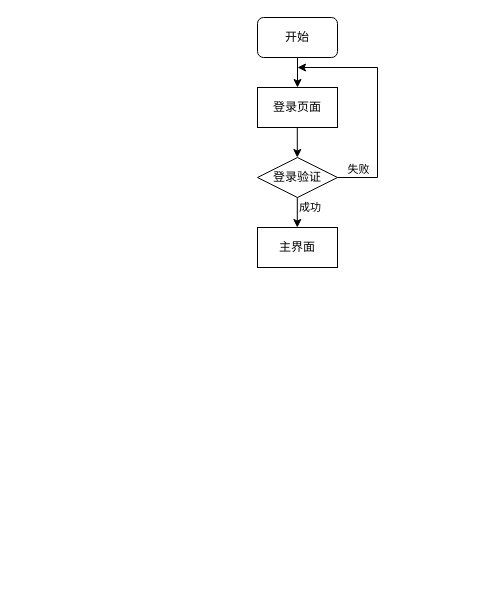
Earlier version of the draw.io diagram 流程图.drawio (84DuLu/drawio). Source tidied: cells renumbered, new cells numbered last; positions are measured from the earlier drawing's top-left corner, leaving out a move shared by most shapes. Both pictures are drawn from the tidied source at 100%, with x=0, y=0 at pixel (257, 17).
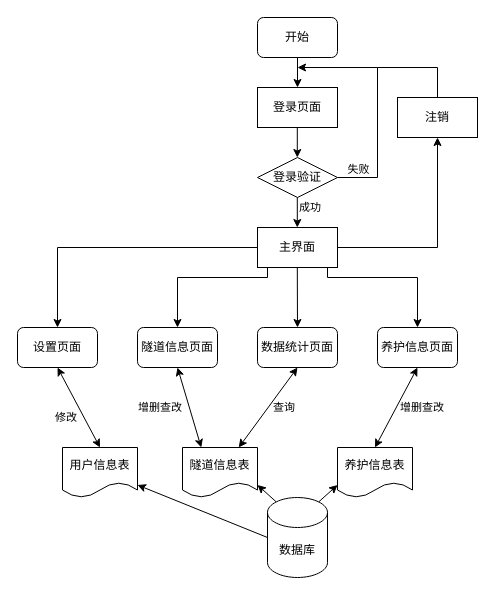
After the change.

The edit, as a diff of the source:
```diff
@@
+    <mxCell id="14" style="endArrow=none;html=1;rounded=0;" parent="1" edge="1">
+      <mxGeometry relative="1" as="geometry">
+        <mxPoint x="10" y="260" as="sourcePoint" />
+        <mxPoint x="10" y="250" as="targetPoint" />
+      </mxGeometry>
+    </mxCell>
+    <mxCell id="15" style="endArrow=none;html=1;rounded=0;" parent="1" edge="1">
+      <mxGeometry relative="1" as="geometry">
+        <mxPoint x="70" y="260" as="sourcePoint" />
+        <mxPoint x="70" y="250" as="targetPoint" />
+      </mxGeometry>
+    </mxCell>
+    <mxCell id="16" style="endArrow=none;html=1;rounded=0;" parent="1" edge="1">
+      <mxGeometry relative="1" as="geometry">
+        <mxPoint x="-80" y="260" as="sourcePoint" />
+        <mxPoint x="10" y="260" as="targetPoint" />
+      </mxGeometry>
+    </mxCell>
+    <mxCell id="17" style="endArrow=none;html=1;rounded=0;" parent="1" edge="1">
+      <mxGeometry relative="1" as="geometry">
+        <mxPoint x="70" y="260" as="sourcePoint" />
+        <mxPoint x="160" y="260" as="targetPoint" />
+      </mxGeometry>
+    </mxCell>
+    <mxCell id="18" style="endArrow=classic;html=1;rounded=0;exitX=0.5;exitY=1;exitDx=0;exitDy=0;" parent="1" edge="1">
+      <mxGeometry relative="1" as="geometry">
+        <mxPoint x="39.8" y="250" as="sourcePoint" />
+        <mxPoint x="40" y="310" as="targetPoint" />
+      </mxGeometry>
+    </mxCell>
+    <mxCell id="19" value="养护信息页面" style="rounded=1;whiteSpace=wrap;html=1;" parent="1" vertex="1">
+      <mxGeometry x="120" y="310" width="80" height="40" as="geometry" />
+    </mxCell>
+    <mxCell id="20" style="endArrow=classic;html=1;rounded=0;" parent="1" edge="1">
+      <mxGeometry relative="1" as="geometry">
+        <mxPoint x="-80" y="260" as="sourcePoint" />
+        <mxPoint x="-80" y="310" as="targetPoint" />
+      </mxGeometry>
+    </mxCell>
+    <mxCell id="21" value="隧道信息页面" style="rounded=1;whiteSpace=wrap;html=1;" parent="1" vertex="1">
+      <mxGeometry x="-120" y="310" width="80" height="40" as="geometry" />
+    </mxCell>
+    <mxCell id="22" style="endArrow=classic;html=1;rounded=0;" parent="1" edge="1">
+      <mxGeometry relative="1" as="geometry">
+        <mxPoint x="160" y="260" as="sourcePoint" />
+        <mxPoint x="160" y="310" as="targetPoint" />
+      </mxGeometry>
+    </mxCell>
+    <mxCell id="23" value="数据统计页面" style="rounded=1;whiteSpace=wrap;html=1;" parent="1" vertex="1">
+      <mxGeometry y="310" width="80" height="40" as="geometry" />
+    </mxCell>
+    <mxCell id="24" style="endArrow=none;html=1;rounded=0;" parent="1" edge="1">
+      <mxGeometry relative="1" as="geometry">
+        <mxPoint x="80" y="230" as="sourcePoint" />
+        <mxPoint x="180" y="230" as="targetPoint" />
+      </mxGeometry>
+    </mxCell>
+    <mxCell id="25" value="注销" style="rounded=0;whiteSpace=wrap;html=1;" parent="1" vertex="1">
+      <mxGeometry x="140" y="80" width="80" height="40" as="geometry" />
+    </mxCell>
+    <mxCell id="26" style="endArrow=classic;html=1;rounded=0;entryX=0.5;entryY=1;entryDx=0;entryDy=0;" parent="1" edge="1" target="25">
+      <mxGeometry relative="1" as="geometry">
+        <mxPoint x="180" y="230" as="sourcePoint" />
+      </mxGeometry>
+    </mxCell>
+    <mxCell id="27" style="endArrow=none;html=1;rounded=0;" parent="1" edge="1">
+      <mxGeometry relative="1" as="geometry">
+        <mxPoint x="180" y="80" as="sourcePoint" />
+        <mxPoint x="180" y="50" as="targetPoint" />
+      </mxGeometry>
+    </mxCell>
+    <mxCell id="28" style="endArrow=none;html=1;rounded=0;" parent="1" edge="1">
+      <mxGeometry relative="1" as="geometry">
+        <mxPoint x="120" y="50" as="sourcePoint" />
+        <mxPoint x="180" y="50" as="targetPoint" />
+      </mxGeometry>
+    </mxCell>
+    <mxCell id="29" value="数据库" style="shape=cylinder3;whiteSpace=wrap;html=1;boundedLbl=1;backgroundOutline=1;size=15;" parent="1" vertex="1">
+      <mxGeometry x="10" y="480" width="60" height="80" as="geometry" />
+    </mxCell>
+    <mxCell id="30" style="endArrow=classic;html=1;rounded=0;exitX=0.145;exitY=0;exitDx=0;exitDy=4.35;exitPerimeter=0;entryX=1;entryY=0.75;entryDx=0;entryDy=0;" parent="1" edge="1" source="29" target="31">
+      <mxGeometry relative="1" as="geometry" />
+    </mxCell>
+    <mxCell id="31" value="隧道信息表" style="shape=document;whiteSpace=wrap;html=1;boundedLbl=1;" parent="1" vertex="1">
+      <mxGeometry x="-75" y="430" width="75" height="50" as="geometry" />
+    </mxCell>
+    <mxCell id="32" value="养护信息表" style="shape=document;whiteSpace=wrap;html=1;boundedLbl=1;" parent="1" vertex="1">
+      <mxGeometry x="80" y="430" width="75" height="50" as="geometry" />
+    </mxCell>
+    <mxCell id="33" style="endArrow=classic;html=1;rounded=0;exitX=0.855;exitY=0;exitDx=0;exitDy=4.35;exitPerimeter=0;entryX=0;entryY=0.75;entryDx=0;entryDy=0;" parent="1" edge="1" source="29" target="32">
+      <mxGeometry relative="1" as="geometry" />
+    </mxCell>
+    <mxCell id="34" style="endArrow=classic;startArrow=classic;html=1;rounded=0;exitX=0.25;exitY=0;exitDx=0;exitDy=0;" parent="1" edge="1" source="31">
+      <mxGeometry relative="1" as="geometry">
+        <mxPoint x="-80" y="350" as="targetPoint" />
+      </mxGeometry>
+    </mxCell>
+    <mxCell id="35" value="增删查改" style="edgeLabel;html=1;align=right;verticalAlign=middle;" parent="34" vertex="1">
+      <mxGeometry relative="1" as="geometry">
+        <mxPoint x="-7" as="offset" />
+      </mxGeometry>
+    </mxCell>
+    <mxCell id="36" style="endArrow=classic;startArrow=classic;html=1;rounded=0;exitX=0.75;exitY=0;exitDx=0;exitDy=0;entryX=0.5;entryY=1;entryDx=0;entryDy=0;" parent="1" edge="1" source="31" target="23">
+      <mxGeometry relative="1" as="geometry" />
+    </mxCell>
+    <mxCell id="37" value="查询" style="edgeLabel;html=1;align=left;verticalAlign=middle;" parent="36" vertex="1">
+      <mxGeometry x="0.12" relative="1" as="geometry">
+        <mxPoint y="5" as="offset" />
+      </mxGeometry>
+    </mxCell>
+    <mxCell id="38" style="endArrow=classic;startArrow=classic;html=1;rounded=0;exitX=0.5;exitY=0;exitDx=0;exitDy=0;" parent="1" edge="1" source="32">
+      <mxGeometry relative="1" as="geometry">
+        <mxPoint x="160" y="350" as="targetPoint" />
+      </mxGeometry>
+    </mxCell>
+    <mxCell id="39" value="增删查改" style="edgeLabel;html=1;align=left;verticalAlign=middle;" parent="38" vertex="1">
+      <mxGeometry x="0.11" relative="1" as="geometry">
+        <mxPoint y="4" as="offset" />
+      </mxGeometry>
+    </mxCell>
+    <mxCell id="40" style="endArrow=none;html=1;rounded=0;" parent="1" edge="1">
+      <mxGeometry relative="1" as="geometry">
+        <mxPoint x="-200" y="230" as="sourcePoint" />
+        <mxPoint y="230" as="targetPoint" />
+      </mxGeometry>
+    </mxCell>
+    <mxCell id="41" value="设置页面" style="rounded=1;whiteSpace=wrap;html=1;" parent="1" vertex="1">
+      <mxGeometry x="-240" y="310" width="80" height="40" as="geometry" />
+    </mxCell>
+    <mxCell id="42" style="endArrow=classic;html=1;rounded=0;entryX=0.5;entryY=0;entryDx=0;entryDy=0;" parent="1" edge="1" target="41">
+      <mxGeometry relative="1" as="geometry">
+        <mxPoint x="-200" y="230" as="sourcePoint" />
+      </mxGeometry>
+    </mxCell>
+    <mxCell id="43" value="用户信息表" style="shape=document;whiteSpace=wrap;html=1;boundedLbl=1;" parent="1" vertex="1">
+      <mxGeometry x="-195" y="430" width="75" height="50" as="geometry" />
+    </mxCell>
+    <mxCell id="44" style="endArrow=classic;html=1;rounded=0;exitX=0;exitY=0.5;exitDx=0;exitDy=0;exitPerimeter=0;entryX=1;entryY=0.75;entryDx=0;entryDy=0;" parent="1" edge="1" source="29" target="43">
+      <mxGeometry relative="1" as="geometry" />
+    </mxCell>
+    <mxCell id="45" style="endArrow=classic;startArrow=classic;html=1;rounded=0;exitX=0.5;exitY=0;exitDx=0;exitDy=0;" parent="1" edge="1" source="43">
+      <mxGeometry relative="1" as="geometry">
+        <mxPoint x="-200" y="350" as="targetPoint" />
+      </mxGeometry>
+    </mxCell>
+    <mxCell id="46" value="修改" style="edgeLabel;html=1;align=right;verticalAlign=middle;" parent="45" vertex="1">
+      <mxGeometry x="0.06" relative="1" as="geometry">
+        <mxPoint y="12" as="offset" />
+      </mxGeometry>
+    </mxCell>
```
